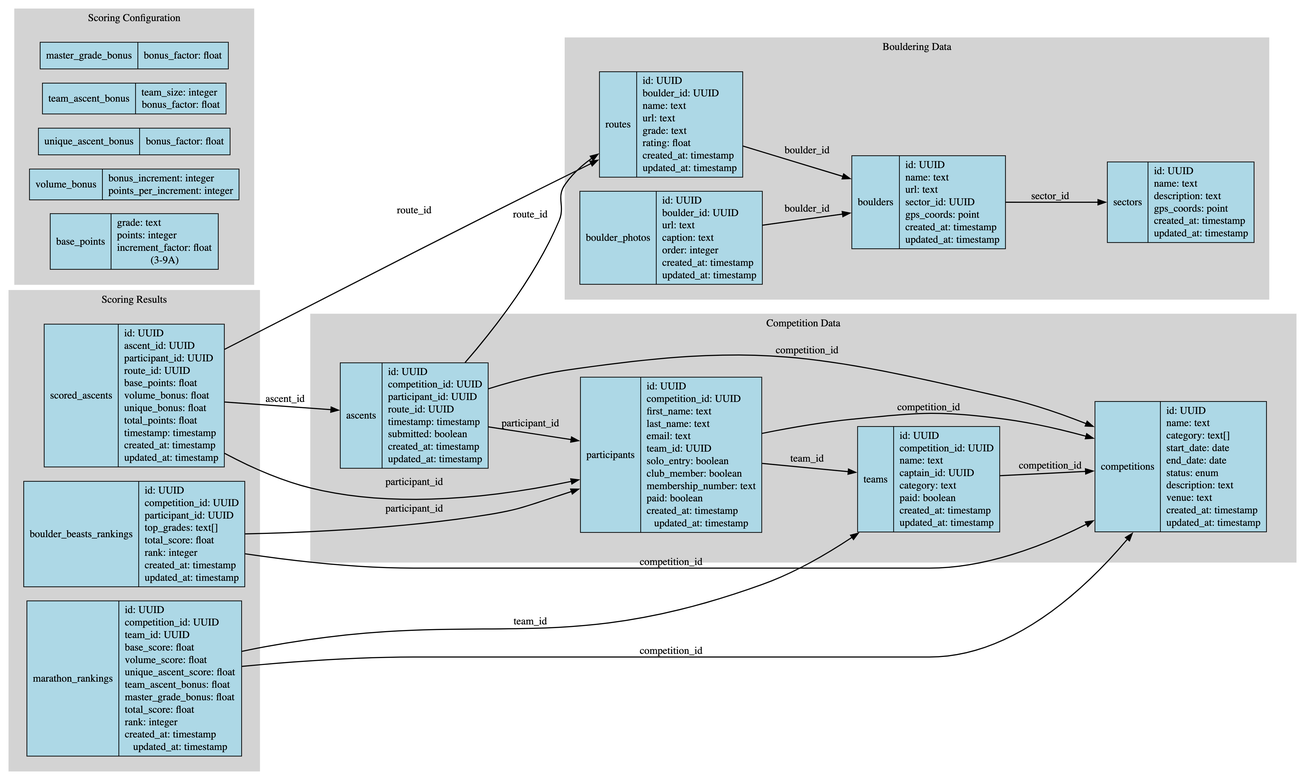
dimispapa/boulder-comp-api keeps this Graphviz diagram as docs/images/boulder-comp-api-erd.png. Above is the earlier version. Its source is kept beside it as docs/images/boulder-comp-api-erd.dot. Source of this version:
```dot
digraph BoulderCompAPI {
    rankdir=LR;
    node [shape=record, style=filled, fillcolor=lightblue];
    edge [color=black, penwidth=1.5];

    subgraph cluster_0 {
        label="Bouldering Data";
        style=filled;
        color=lightgrey;
        margin=20;

        sectors [label="{sectors|id: UUID\lname: text\ldescription: text\lgps_coords: point\lcreated_at: timestamp\lupdated_at: timestamp}"];

        boulders [label="{boulders|id: UUID\lname: text\lurl: text\lsector_id: UUID\lgps_coords: point\lcreated_at: timestamp\lupdated_at: timestamp}"];

        boulder_photos [label="{boulder_photos|id: UUID\lboulder_id: UUID\lurl: text\lcaption: text\lorder: integer\lcreated_at: timestamp\lupdated_at: timestamp}"];

        routes [label="{routes|id: UUID\lboulder_id: UUID\lname: text\lurl: text\lgrade: text\lrating: float\lcreated_at: timestamp\lupdated_at: timestamp}"];
    }

    subgraph cluster_1 {
        label="Competition Data";
        style=filled;
        color=lightgrey;
        margin=40;

        competitions [label="{competitions|id: UUID\lname: text\lcategory: text[]\lstart_date: date\lend_date: date\lstatus: enum\ldescription: text\lvenue: text\lcreated_at: timestamp\lupdated_at: timestamp}"];

        teams [label="{teams|id: UUID\lcompetition_id: UUID\lname: text\lcaptain_id: UUID\lcategory: text\lpaid: boolean\lcreated_at: timestamp\lupdated_at: timestamp}"];

        participants [label="{participants|id: UUID\lcompetition_id: UUID\lfirst_name: text\llast_name: text\lemail: text\lteam_id: UUID\lsolo_entry: boolean\lclub_member: boolean\lmembership_number: text\lpaid: boolean\lcreated_at: timestamp\lupdated_at: timestamp}"];

        ascents [label="{ascents|id: UUID\lcompetition_id: UUID\lparticipant_id: UUID\lroute_id: UUID\ltimestamp: timestamp\lsubmitted: boolean\lcreated_at: timestamp\lupdated_at: timestamp}"];
    }

    subgraph cluster_2 {
        label="Scoring Configuration";
        style=filled;
        color=lightgrey;
        margin=20;

        base_points [label="{base_points|grade: text\lpoints: integer\lincrement_factor: float\l(3-9A)}"];

        volume_bonus [label="{volume_bonus|bonus_increment: integer\lpoints_per_increment: integer}"];

        unique_ascent_bonus [label="{unique_ascent_bonus|bonus_factor: float}"];

        team_ascent_bonus [label="{team_ascent_bonus|team_size: integer\lbonus_factor: float}"];

        master_grade_bonus [label="{master_grade_bonus|bonus_factor: float\l}"];
    }

    subgraph cluster_3 {
        label="Scoring Results";
        style=filled;
        color=lightgrey;
        margin=20;

        scored_ascents [label="{scored_ascents|id: UUID\lascent_id: UUID\lparticipant_id: UUID\lroute_id: UUID\lbase_points: float\lvolume_bonus: float\lunique_bonus: float\ltotal_points: float\ltimestamp: timestamp\lcreated_at: timestamp\lupdated_at: timestamp}"];

        marathon_rankings [label="{marathon_rankings|id: UUID\lcompetition_id: UUID\lteam_id: UUID\lbase_score: float\lvolume_score: float\lunique_ascent_score: float\lteam_ascent_bonus: float\lmaster_grade_bonus: float\ltotal_score: float\lrank: integer\lcreated_at: timestamp\lupdated_at: timestamp}"];

        boulder_beasts_rankings [label="{boulder_beasts_rankings|id: UUID\lcompetition_id: UUID\lparticipant_id: UUID\ltop_grades: text[]\ltotal_score: float\lrank: integer\lcreated_at: timestamp\lupdated_at: timestamp}"];
    }

    boulders -> sectors [label="sector_id", len=1.5];
    boulder_photos -> boulders [label="boulder_id", len=1.5];
    routes -> boulders [label="boulder_id", len=1.5];

    teams -> competitions [label="competition_id", len=1.5];
    participants -> competitions [label="competition_id", len=1.5];
    participants -> teams [label="team_id", len=1.5];
    ascents -> competitions [label="competition_id", len=1.5];
    ascents -> participants [label="participant_id", len=1.5];
    ascents -> routes [label="route_id", len=1.5];

    scored_ascents -> ascents [label="ascent_id", len=1.5];
    scored_ascents -> participants [label="participant_id", len=1.5];
    scored_ascents -> routes [label="route_id", len=1.5];

    marathon_rankings -> competitions [label="competition_id", len=1.5];
    marathon_rankings -> teams [label="team_id", len=1.5];

    boulder_beasts_rankings -> competitions [label="competition_id", len=1.5];
    boulder_beasts_rankings -> participants [label="participant_id", len=1.5];
}
```
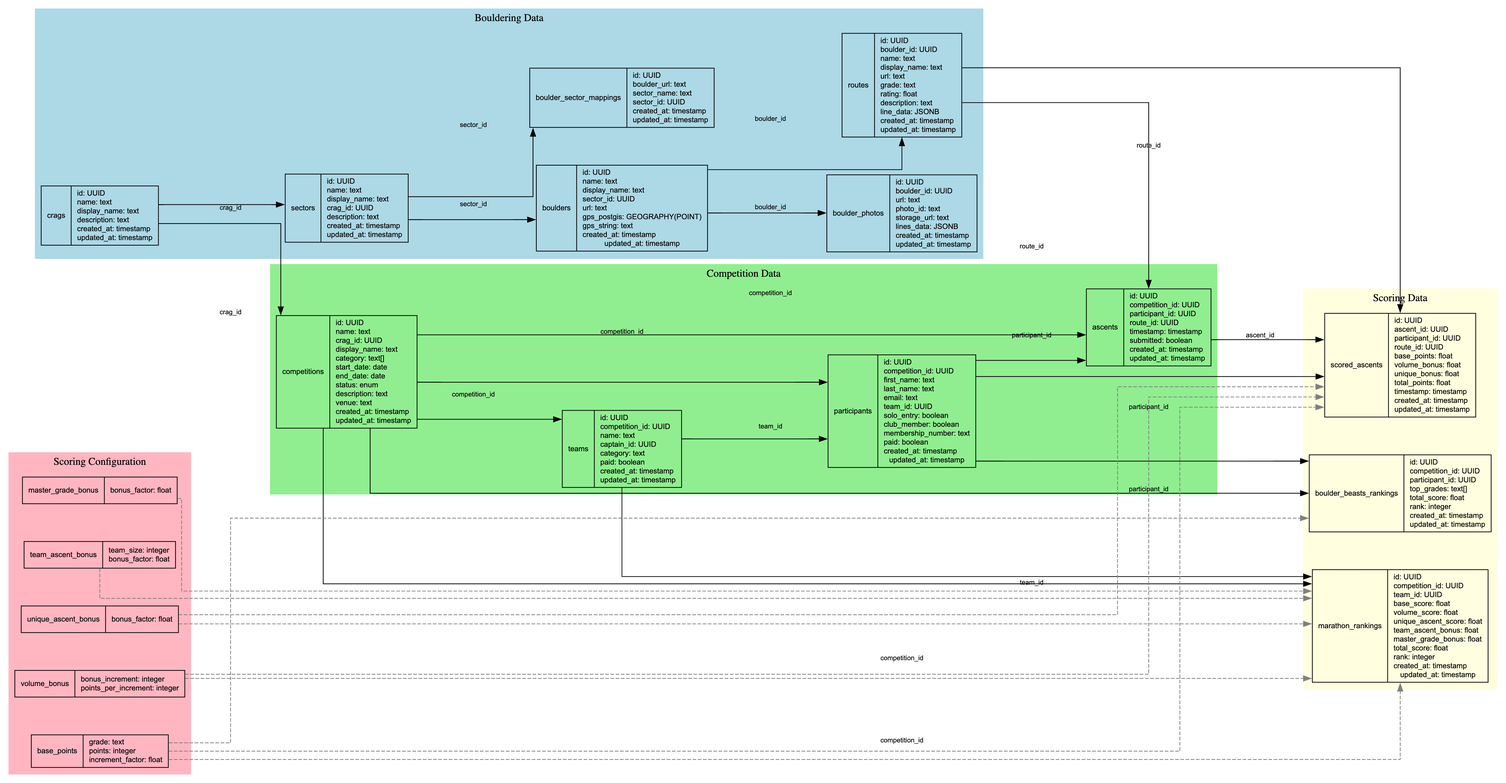
After the commit.

What changed in the source:
```diff
@@ -1,86 +1,117 @@
-digraph BoulderCompAPI {
+digraph G {
     rankdir=LR;
-    node [shape=record, style=filled, fillcolor=lightblue];
-    edge [color=black, penwidth=1.5];
+    node [shape=record, fontname="Arial", fontsize=10];
+    edge [fontname="Arial", fontsize=9];
 
-    subgraph cluster_0 {
-        label="Bouldering Data";
-        style=filled;
-        color=lightgrey;
-        margin=20;
+    /* Styling */
+    graph [splines=ortho, nodesep=0.7, ranksep=1.3];
 
-        sectors [label="{sectors|id: UUID\lname: text\ldescription: text\lgps_coords: point\lcreated_at: timestamp\lupdated_at: timestamp}"];
+    /* Entity Nodes */
+    crags [label="{crags|id: UUID\lname: text\ldisplay_name: text\ldescription: text\lcreated_at: timestamp\lupdated_at: timestamp}"];
 
-        boulders [label="{boulders|id: UUID\lname: text\lurl: text\lsector_id: UUID\lgps_coords: point\lcreated_at: timestamp\lupdated_at: timestamp}"];
+    sectors [label="{sectors|id: UUID\lname: text\ldisplay_name: text\lcrag_id: UUID\ldescription: text\lcreated_at: timestamp\lupdated_at: timestamp}"];
 
-        boulder_photos [label="{boulder_photos|id: UUID\lboulder_id: UUID\lurl: text\lcaption: text\lorder: integer\lcreated_at: timestamp\lupdated_at: timestamp}"];
+    boulders [label="{boulders|id: UUID\lname: text\ldisplay_name: text\lsector_id: UUID\lurl: text\lgps_postgis: GEOGRAPHY(POINT)\lgps_string: text\lcreated_at: timestamp\lupdated_at: timestamp}"];
 
-        routes [label="{routes|id: UUID\lboulder_id: UUID\lname: text\lurl: text\lgrade: text\lrating: float\lcreated_at: timestamp\lupdated_at: timestamp}"];
+    boulder_photos [label="{boulder_photos|id: UUID\lboulder_id: UUID\lurl: text\lphoto_id: text\lstorage_url: text\llines_data: JSONB\lcreated_at: timestamp\lupdated_at: timestamp}"];
+
+    routes [label="{routes|id: UUID\lboulder_id: UUID\lname: text\ldisplay_name: text\lurl: text\lgrade: text\lrating: float\ldescription: text\lline_data: JSONB\lcreated_at: timestamp\lupdated_at: timestamp}"];
+
+    boulder_sector_mappings [label="{boulder_sector_mappings|id: UUID\lboulder_url: text\lsector_name: text\lsector_id: UUID\lcreated_at: timestamp\lupdated_at: timestamp}"];
+
+    competitions [label="{competitions|id: UUID\lname: text\lcrag_id: UUID\ldisplay_name: text\lcategory: text[]\lstart_date: date\lend_date: date\lstatus: enum\ldescription: text\lvenue: text\lcreated_at: timestamp\lupdated_at: timestamp}"];
+
+    teams [label="{teams|id: UUID\lcompetition_id: UUID\lname: text\lcaptain_id: UUID\lcategory: text\lpaid: boolean\lcreated_at: timestamp\lupdated_at: timestamp}"];
+
+    participants [label="{participants|id: UUID\lcompetition_id: UUID\lfirst_name: text\llast_name: text\lemail: text\lteam_id: UUID\lsolo_entry: boolean\lclub_member: boolean\lmembership_number: text\lpaid: boolean\lcreated_at: timestamp\lupdated_at: timestamp}"];
+
+    ascents [label="{ascents|id: UUID\lcompetition_id: UUID\lparticipant_id: UUID\lroute_id: UUID\ltimestamp: timestamp\lsubmitted: boolean\lcreated_at: timestamp\lupdated_at: timestamp}"];
+
+    scored_ascents [label="{scored_ascents|id: UUID\lascent_id: UUID\lparticipant_id: UUID\lroute_id: UUID\lbase_points: float\lvolume_bonus: float\lunique_bonus: float\ltotal_points: float\ltimestamp: timestamp\lcreated_at: timestamp\lupdated_at: timestamp}"];
+
+    marathon_rankings [label="{marathon_rankings|id: UUID\lcompetition_id: UUID\lteam_id: UUID\lbase_score: float\lvolume_score: float\lunique_ascent_score: float\lteam_ascent_bonus: float\lmaster_grade_bonus: float\ltotal_score: float\lrank: integer\lcreated_at: timestamp\lupdated_at: timestamp}"];
+
+    boulder_beasts_rankings [label="{boulder_beasts_rankings|id: UUID\lcompetition_id: UUID\lparticipant_id: UUID\ltop_grades: text[]\ltotal_score: float\lrank: integer\lcreated_at: timestamp\lupdated_at: timestamp}"];
+
+    base_points [label="{base_points|grade: text\lpoints: integer\lincrement_factor: float}"];
+
+    volume_bonus [label="{volume_bonus|bonus_increment: integer\lpoints_per_increment: integer}"];
+
+    unique_ascent_bonus [label="{unique_ascent_bonus|bonus_factor: float}"];
+
+    team_ascent_bonus [label="{team_ascent_bonus|team_size: integer\lbonus_factor: float}"];
+
+    master_grade_bonus [label="{master_grade_bonus|bonus_factor: float}"];
+
+    /* Entity Relationships */
+    crags -> sectors [label="crag_id", len=1.5];
+    sectors -> boulders [label="sector_id", len=1.5];
+    boulders -> boulder_photos [label="boulder_id", len=1.5];
+    boulders -> routes [label="boulder_id", len=1.5];
+    sectors -> boulder_sector_mappings [label="sector_id", len=1.5];
+
+    crags -> competitions [label="crag_id", len=1.5];
+    competitions -> teams [label="competition_id", len=1.5];
+    competitions -> participants [label="competition_id", len=1.5];
+    teams -> participants [label="team_id", len=1.5];
+
+    competitions -> ascents [label="competition_id", len=1.5];
+    participants -> ascents [label="participant_id", len=1.5];
+    routes -> ascents [label="route_id", len=1.5];
+
+    ascents -> scored_ascents [label="ascent_id", len=1.5];
+    participants -> scored_ascents [label="participant_id", len=1.5];
+    routes -> scored_ascents [label="route_id", len=1.5];
+
+    competitions -> marathon_rankings [label="competition_id", len=1.5];
+    teams -> marathon_rankings [label="team_id", len=1.5];
+
+    competitions -> boulder_beasts_rankings [label="competition_id", len=1.5];
+    participants -> boulder_beasts_rankings [label="participant_id", len=1.5];
+
+    /* Scoring config references (subtle dashed edges) */
+    base_points -> scored_ascents [color="gray", style="dashed", constraint=false];
+    volume_bonus -> scored_ascents [color="gray", style="dashed", constraint=false];
+    unique_ascent_bonus -> scored_ascents [color="gray", style="dashed", constraint=false];
+
+    base_points -> marathon_rankings [color="gray", style="dashed", constraint=false];
+    volume_bonus -> marathon_rankings [color="gray", style="dashed", constraint=false];
+    unique_ascent_bonus -> marathon_rankings [color="gray", style="dashed", constraint=false];
+    team_ascent_bonus -> marathon_rankings [color="gray", style="dashed", constraint=false];
+    master_grade_bonus -> marathon_rankings [color="gray", style="dashed", constraint=false];
+
+    base_points -> boulder_beasts_rankings [color="gray", style="dashed", constraint=false];
+
+    /* Subgraphs for logical grouping */
+    subgraph cluster_boulder_data {
+        label = "Bouldering Data";
+        color = lightblue;
+        style = filled;
+        node [style=filled, fillcolor=white];
+        crags; sectors; boulders; boulder_photos; routes; boulder_sector_mappings;
     }
 
-    subgraph cluster_1 {
-        label="Competition Data";
-        style=filled;
-        color=lightgrey;
-        margin=40;
-
-        competitions [label="{competitions|id: UUID\lname: text\lcategory: text[]\lstart_date: date\lend_date: date\lstatus: enum\ldescription: text\lvenue: text\lcreated_at: timestamp\lupdated_at: timestamp}"];
-
-        teams [label="{teams|id: UUID\lcompetition_id: UUID\lname: text\lcaptain_id: UUID\lcategory: text\lpaid: boolean\lcreated_at: timestamp\lupdated_at: timestamp}"];
-
-        participants [label="{participants|id: UUID\lcompetition_id: UUID\lfirst_name: text\llast_name: text\lemail: text\lteam_id: UUID\lsolo_entry: boolean\lclub_member: boolean\lmembership_number: text\lpaid: boolean\lcreated_at: timestamp\lupdated_at: timestamp}"];
-
-        ascents [label="{ascents|id: UUID\lcompetition_id: UUID\lparticipant_id: UUID\lroute_id: UUID\ltimestamp: timestamp\lsubmitted: boolean\lcreated_at: timestamp\lupdated_at: timestamp}"];
+    subgraph cluster_competition {
+        label = "Competition Data";
+        color = lightgreen;
+        style = filled;
+        node [style=filled, fillcolor=white];
+        competitions; teams; participants; ascents;
     }
 
-    subgraph cluster_2 {
-        label="Scoring Configuration";
-        style=filled;
-        color=lightgrey;
-        margin=20;
-
-        base_points [label="{base_points|grade: text\lpoints: integer\lincrement_factor: float\l(3-9A)}"];
-
-        volume_bonus [label="{volume_bonus|bonus_increment: integer\lpoints_per_increment: integer}"];
-
-        unique_ascent_bonus [label="{unique_ascent_bonus|bonus_factor: float}"];
-
-        team_ascent_bonus [label="{team_ascent_bonus|team_size: integer\lbonus_factor: float}"];
-
-        master_grade_bonus [label="{master_grade_bonus|bonus_factor: float\l}"];
+    subgraph cluster_scoring {
+        label = "Scoring Data";
+        color = lightyellow;
+        style = filled;
+        node [style=filled, fillcolor=white];
+        scored_ascents; marathon_rankings; boulder_beasts_rankings;
     }
 
-    subgraph cluster_3 {
-        label="Scoring Results";
-        style=filled;
-        color=lightgrey;
-        margin=20;
-
-        scored_ascents [label="{scored_ascents|id: UUID\lascent_id: UUID\lparticipant_id: UUID\lroute_id: UUID\lbase_points: float\lvolume_bonus: float\lunique_bonus: float\ltotal_points: float\ltimestamp: timestamp\lcreated_at: timestamp\lupdated_at: timestamp}"];
-
-        marathon_rankings [label="{marathon_rankings|id: UUID\lcompetition_id: UUID\lteam_id: UUID\lbase_score: float\lvolume_score: float\lunique_ascent_score: float\lteam_ascent_bonus: float\lmaster_grade_bonus: float\ltotal_score: float\lrank: integer\lcreated_at: timestamp\lupdated_at: timestamp}"];
-
-        boulder_beasts_rankings [label="{boulder_beasts_rankings|id: UUID\lcompetition_id: UUID\lparticipant_id: UUID\ltop_grades: text[]\ltotal_score: float\lrank: integer\lcreated_at: timestamp\lupdated_at: timestamp}"];
+    subgraph cluster_scoring_config {
+        label = "Scoring Configuration";
+        color = lightpink;
+        style = filled;
+        node [style=filled, fillcolor=white];
+        base_points; volume_bonus; unique_ascent_bonus; team_ascent_bonus; master_grade_bonus;
     }
-
-    boulders -> sectors [label="sector_id", len=1.5];
-    boulder_photos -> boulders [label="boulder_id", len=1.5];
-    routes -> boulders [label="boulder_id", len=1.5];
-
-    teams -> competitions [label="competition_id", len=1.5];
-    participants -> competitions [label="competition_id", len=1.5];
-    participants -> teams [label="team_id", len=1.5];
-    ascents -> competitions [label="competition_id", len=1.5];
-    ascents -> participants [label="participant_id", len=1.5];
-    ascents -> routes [label="route_id", len=1.5];
-
-    scored_ascents -> ascents [label="ascent_id", len=1.5];
-    scored_ascents -> participants [label="participant_id", len=1.5];
-    scored_ascents -> routes [label="route_id", len=1.5];
-
-    marathon_rankings -> competitions [label="competition_id", len=1.5];
-    marathon_rankings -> teams [label="team_id", len=1.5];
-
-    boulder_beasts_rankings -> competitions [label="competition_id", len=1.5];
-    boulder_beasts_rankings -> participants [label="participant_id", len=1.5];
 }
```
